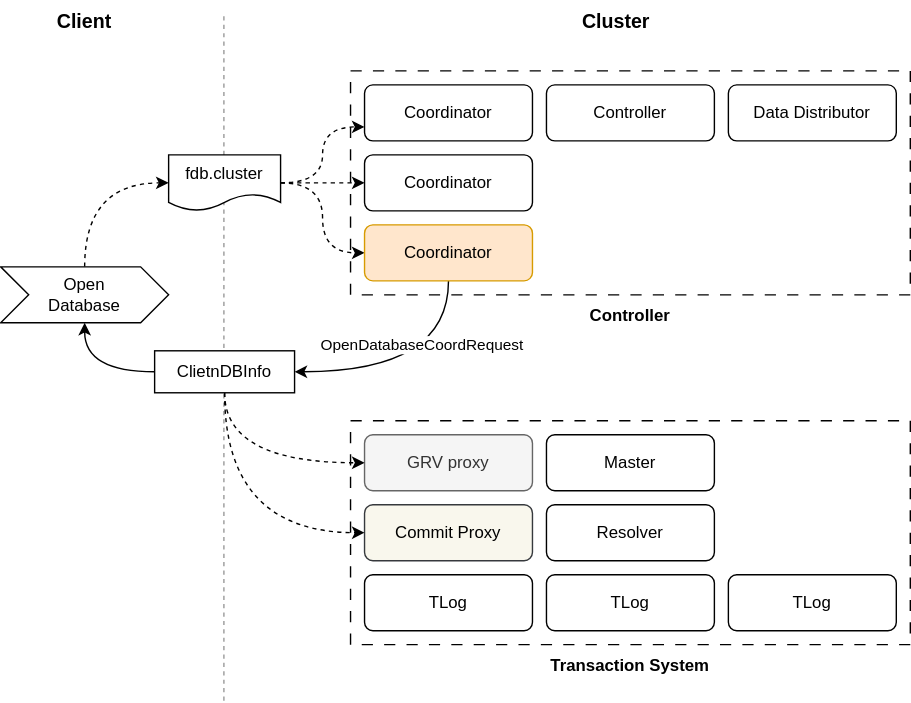
w41ter/foundationdb keeps this draw.io diagram as documentation/graphics/txn-1-discovery.drawio.svg. Above is the earlier version. Source tidied: cells renumbered, new cells last; positions are measured from the earlier drawing's top-left corner, leaving out a move shared by most shapes.
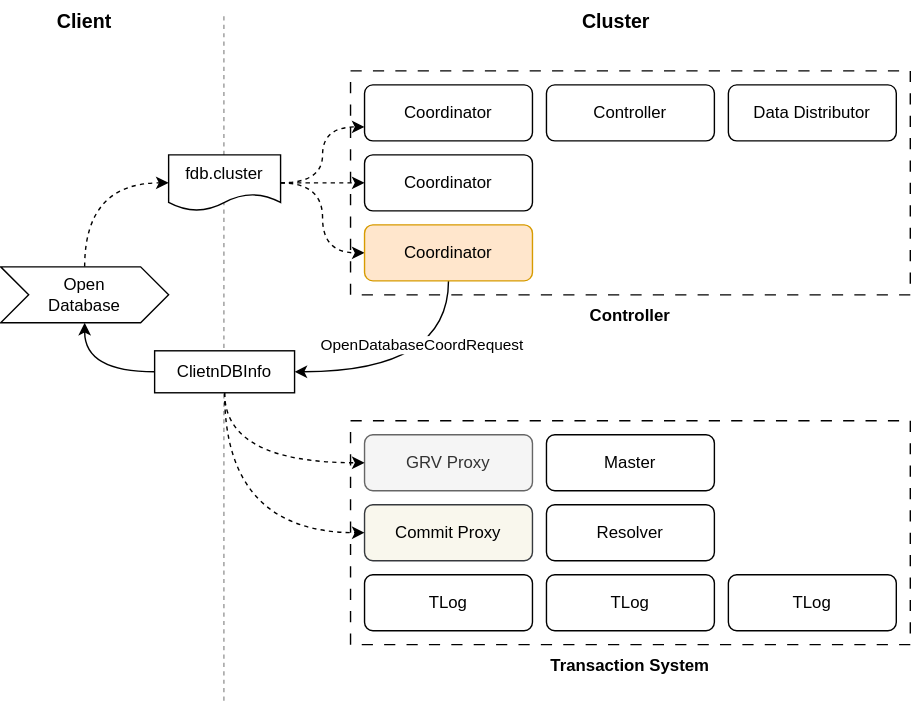
After the change.

What changed in the source:
```diff
@@ -35,7 +35,7 @@
     <mxCell id="11" value="Coordinator" style="rounded=1;whiteSpace=wrap;html=1;" parent="1" vertex="1">
       <mxGeometry x="260" y="60" width="120" height="40" as="geometry" />
     </mxCell>
-    <mxCell id="12" value="GRV proxy" style="rounded=1;whiteSpace=wrap;html=1;fillColor=#f5f5f5;fontColor=#333333;strokeColor=#666666;" parent="1" vertex="1">
+    <mxCell id="12" value="GRV Proxy" style="rounded=1;whiteSpace=wrap;html=1;fillColor=#f5f5f5;fontColor=#333333;strokeColor=#666666;" parent="1" vertex="1">
       <mxGeometry x="260" y="310" width="120" height="40" as="geometry" />
     </mxCell>
     <mxCell id="13" value="Commit Proxy" style="rounded=1;whiteSpace=wrap;html=1;fillColor=#f9f7ed;strokeColor=#36393d;" parent="1" vertex="1">
```
